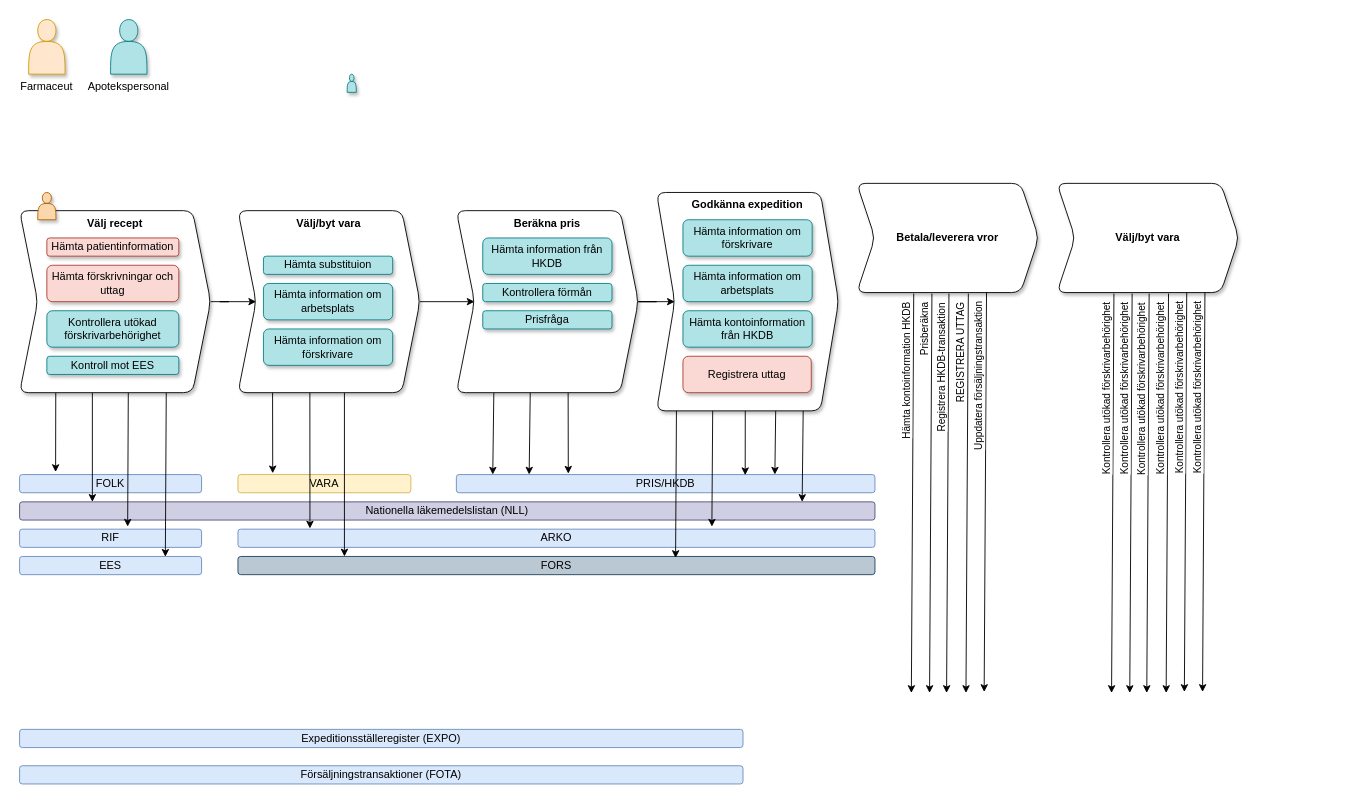
Earlier version of the draw.io diagram Untitled Diagram.drawio (martin-solberg/verksamhetsfloden). Source tidied: cells renumbered, new cells numbered last; positions are measured from the earlier drawing's top-left corner, leaving out a move shared by most shapes. Both pictures are drawn from the tidied source at 91%, with x=0, y=0 at pixel (19, 19).
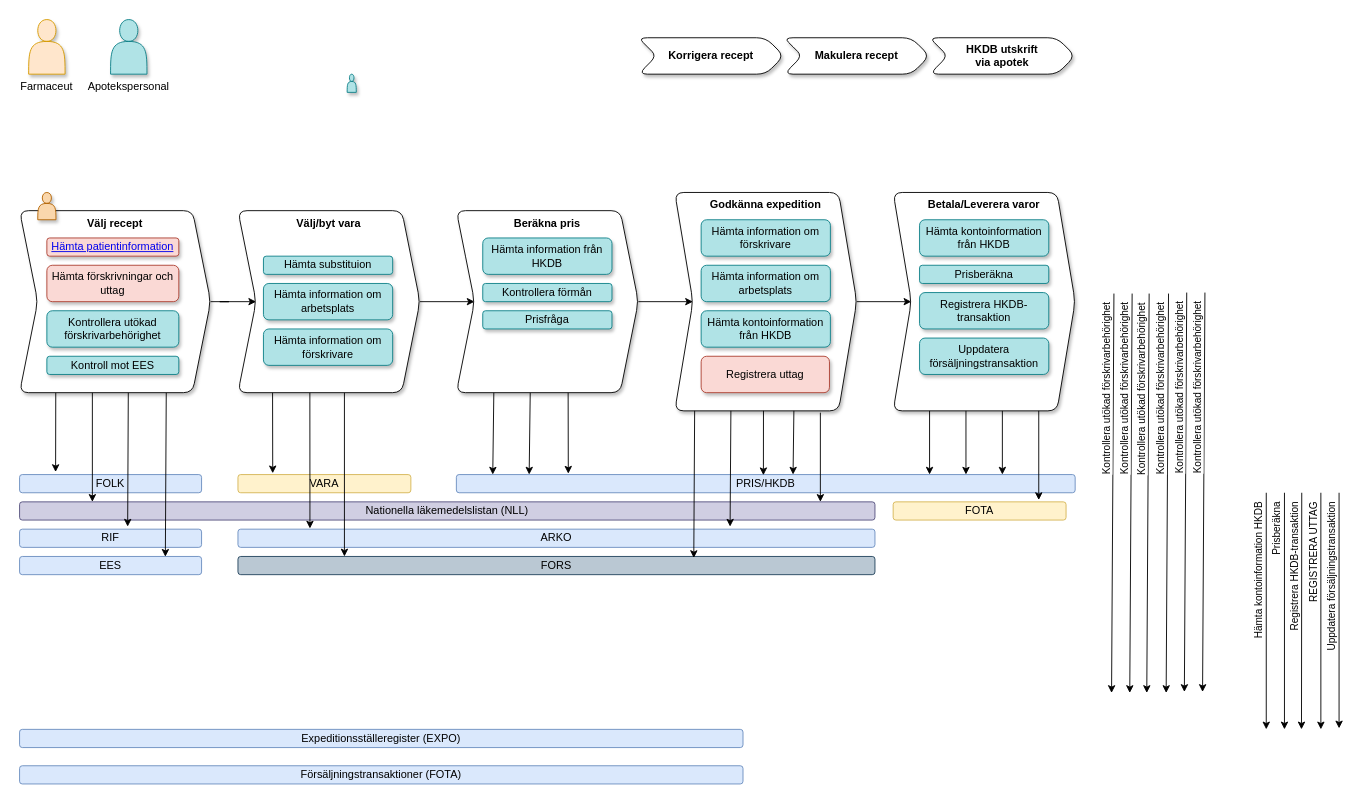
After the change.

Unchanged cells that the change refers to:
```xml
<mxCell id="3" value="FORS" style="whiteSpace=wrap;html=1;fillColor=#bac8d3;strokeColor=#23445d;rounded=1;" parent="1" vertex="1">
  <mxGeometry x="240" y="590" width="700" height="20" as="geometry" />
</mxCell>
<mxCell id="6" value="ARKO" style="whiteSpace=wrap;html=1;fillColor=#dae8fc;strokeColor=#6c8ebf;rounded=1;" parent="1" vertex="1">
  <mxGeometry x="240" y="560" width="700" height="20" as="geometry" />
</mxCell>
```

What changed in the source:
```diff
@@
     <mxCell id="8" value="PRIS/HKDB" style="whiteSpace=wrap;html=1;fillColor=#dae8fc;strokeColor=#6c8ebf;rounded=1;" parent="1" vertex="1">
-      <mxGeometry x="480" y="500" width="460" height="20" as="geometry" />
+      <mxGeometry x="480" y="500" width="680" height="20" as="geometry" />
     </mxCell>
@@
-    <mxCell id="23" style="endArrow=classic;html=1;exitX=0.5;exitY=1;exitDx=0;exitDy=0;entryX=0.687;entryY=0.084;entryDx=0;entryDy=0;entryPerimeter=0;" parent="1" edge="1" target="3">
+    <mxCell id="23" style="endArrow=classic;html=1;exitX=0.5;exitY=1;exitDx=0;exitDy=0;entryX=0.687;entryY=0.084;entryDx=0;entryDy=0;entryPerimeter=0;" parent="1" edge="1">
       <mxGeometry relative="1" as="geometry">
-        <mxPoint x="722.6" y="300" as="sourcePoint" />
+        <mxPoint x="742.6" y="300" as="sourcePoint" />
+        <mxPoint x="740.9" y="591.7" as="targetPoint" />
       </mxGeometry>
     </mxCell>
-    <mxCell id="24" style="endArrow=classic;html=1;exitX=0.5;exitY=1;exitDx=0;exitDy=0;entryX=0.744;entryY=-0.14;entryDx=0;entryDy=0;entryPerimeter=0;" parent="1" edge="1" target="6">
+    <mxCell id="24" style="endArrow=classic;html=1;exitX=0.5;exitY=1;exitDx=0;exitDy=0;entryX=0.744;entryY=-0.14;entryDx=0;entryDy=0;entryPerimeter=0;" parent="1" edge="1">
       <mxGeometry relative="1" as="geometry">
-        <mxPoint x="762.6" y="300" as="sourcePoint" />
+        <mxPoint x="782.6" y="300" as="sourcePoint" />
+        <mxPoint x="780.8" y="557.2" as="targetPoint" />
       </mxGeometry>
     </mxCell>
-    <mxCell id="25" style="endArrow=classic;html=1;exitX=0.5;exitY=1;exitDx=0;exitDy=0;entryX=0.69;entryY=0.033;entryDx=0;entryDy=0;entryPerimeter=0;" parent="1" edge="1" target="8">
+    <mxCell id="25" style="endArrow=classic;html=1;exitX=0.5;exitY=1;exitDx=0;exitDy=0;entryX=0.69;entryY=0.033;entryDx=0;entryDy=0;entryPerimeter=0;" parent="1" edge="1">
       <mxGeometry relative="1" as="geometry">
-        <mxPoint x="797.6" y="300" as="sourcePoint" />
+        <mxPoint x="817.6" y="300" as="sourcePoint" />
+        <mxPoint x="817.4" y="500.7" as="targetPoint" />
       </mxGeometry>
     </mxCell>
     <mxCell id="26" style="endArrow=classic;html=1;exitX=0.5;exitY=1;exitDx=0;exitDy=0;" parent="1" edge="1">
       <mxGeometry relative="1" as="geometry">
-        <mxPoint x="832.6" y="300" as="sourcePoint" />
-        <mxPoint x="830" y="500" as="targetPoint" />
+        <mxPoint x="852.6" y="300" as="sourcePoint" />
+        <mxPoint x="850" y="500" as="targetPoint" />
       </mxGeometry>
     </mxCell>
-    <mxCell id="27" style="endArrow=classic;html=1;exitX=0.5;exitY=1;exitDx=0;exitDy=0;" parent="1" edge="1">
+    <mxCell id="27" style="endArrow=classic;html=1;" parent="1" edge="1">
       <mxGeometry relative="1" as="geometry">
-        <mxPoint x="862.6" y="300" as="sourcePoint" />
-        <mxPoint x="860" y="530" as="targetPoint" />
+        <mxPoint x="880" y="432" as="sourcePoint" />
+        <mxPoint x="880" y="530" as="targetPoint" />
       </mxGeometry>
     </mxCell>
-    <mxCell id="28" value="Betala/leverera vror" style="shape=step;perimeter=stepPerimeter;whiteSpace=wrap;html=1;fixedSize=1;rounded=1;shadow=1;fontStyle=1;" parent="1" vertex="1">
-      <mxGeometry x="920" y="180" width="200" height="120" as="geometry" />
+    <mxCell id="28" value="Betala/Leverera varor" style="shape=step;perimeter=stepPerimeter;whiteSpace=wrap;html=1;fixedSize=1;rounded=1;shadow=1;fontStyle=1;verticalAlign=top;" parent="1" vertex="1">
+      <mxGeometry x="960" y="190" width="200" height="240" as="geometry" />
     </mxCell>
-    <mxCell id="29" style="endArrow=classic;html=1;exitX=0.5;exitY=1;exitDx=0;exitDy=0;entryX=0.477;entryY=-0.006;entryDx=0;entryDy=0;entryPerimeter=0;" parent="1" edge="1">
+    <mxCell id="29" style="endArrow=classic;html=1;entryX=0.477;entryY=-0.006;entryDx=0;entryDy=0;entryPerimeter=0;" parent="1" edge="1">
       <mxGeometry relative="1" as="geometry">
-        <mxPoint x="982.6" y="301.1" as="sourcePoint" />
-        <mxPoint x="980" y="740" as="targetPoint" />
+        <mxPoint x="1370" y="520" as="sourcePoint" />
+        <mxPoint x="1370" y="780" as="targetPoint" />
       </mxGeometry>
     </mxCell>
@@
-    <mxCell id="31" style="endArrow=classic;html=1;exitX=0.5;exitY=1;exitDx=0;exitDy=0;entryX=0.477;entryY=-0.006;entryDx=0;entryDy=0;entryPerimeter=0;" parent="1" edge="1">
+    <mxCell id="31" style="endArrow=classic;html=1;entryX=0.477;entryY=-0.006;entryDx=0;entryDy=0;entryPerimeter=0;" parent="1" edge="1">
       <mxGeometry relative="1" as="geometry">
-        <mxPoint x="1002.6" y="301.1" as="sourcePoint" />
-        <mxPoint x="1000" y="740" as="targetPoint" />
+        <mxPoint x="1390" y="520" as="sourcePoint" />
+        <mxPoint x="1390" y="780" as="targetPoint" />
       </mxGeometry>
     </mxCell>
@@
-    <mxCell id="33" style="endArrow=classic;html=1;exitX=0.5;exitY=1;exitDx=0;exitDy=0;entryX=0.477;entryY=-0.006;entryDx=0;entryDy=0;entryPerimeter=0;" parent="1" edge="1">
+    <mxCell id="33" style="endArrow=classic;html=1;entryX=0.477;entryY=-0.006;entryDx=0;entryDy=0;entryPerimeter=0;" parent="1" edge="1">
       <mxGeometry relative="1" as="geometry">
-        <mxPoint x="1021.3" y="301.1" as="sourcePoint" />
-        <mxPoint x="1018.7" y="740" as="targetPoint" />
+        <mxPoint x="1409" y="520" as="sourcePoint" />
+        <mxPoint x="1408.7" y="780" as="targetPoint" />
       </mxGeometry>
     </mxCell>
@@
-    <mxCell id="35" style="endArrow=classic;html=1;exitX=0.5;exitY=1;exitDx=0;exitDy=0;entryX=0.477;entryY=-0.006;entryDx=0;entryDy=0;entryPerimeter=0;" parent="1" edge="1">
+    <mxCell id="35" style="endArrow=classic;html=1;entryX=0.477;entryY=-0.006;entryDx=0;entryDy=0;entryPerimeter=0;" parent="1" edge="1">
       <mxGeometry relative="1" as="geometry">
-        <mxPoint x="1042.6" y="301.1" as="sourcePoint" />
-        <mxPoint x="1040" y="740" as="targetPoint" />
+        <mxPoint x="1430" y="520" as="sourcePoint" />
+        <mxPoint x="1430" y="780" as="targetPoint" />
       </mxGeometry>
     </mxCell>
@@
-    <mxCell id="37" style="endArrow=classic;html=1;exitX=0.5;exitY=1;exitDx=0;exitDy=0;entryX=0.477;entryY=-0.006;entryDx=0;entryDy=0;entryPerimeter=0;" parent="1" edge="1">
+    <mxCell id="37" style="endArrow=classic;html=1;entryX=0.477;entryY=-0.006;entryDx=0;entryDy=0;entryPerimeter=0;" parent="1" edge="1">
       <mxGeometry relative="1" as="geometry">
-        <mxPoint x="1062.6" y="300" as="sourcePoint" />
-        <mxPoint x="1060" y="738.9" as="targetPoint" />
+        <mxPoint x="1450" y="520" as="sourcePoint" />
+        <mxPoint x="1450" y="778.9" as="targetPoint" />
       </mxGeometry>
     </mxCell>
@@
-    <mxCell id="39" value="Välj/byt vara" style="shape=step;perimeter=stepPerimeter;whiteSpace=wrap;html=1;fixedSize=1;rounded=1;shadow=1;fontStyle=1;" parent="1" vertex="1">
-      <mxGeometry x="1140" y="180" width="200" height="120" as="geometry" />
+    <mxCell id="39" value="Korrigera recept" style="shape=step;perimeter=stepPerimeter;whiteSpace=wrap;html=1;fixedSize=1;rounded=1;shadow=1;fontStyle=1;" parent="1" vertex="1">
+      <mxGeometry x="680" y="20" width="160" height="40" as="geometry" />
     </mxCell>
@@
-    <mxCell id="56" value="Hämta patientinformation" style="rounded=1;whiteSpace=wrap;html=1;shadow=1;fontSize=12;fillColor=#fad9d5;strokeColor=#ae4132;" parent="1" vertex="1">
+    <mxCell id="56" value="&lt;a href=&quot;data:page/id,Y8RW_nMM7FUyLUE6UGEh&quot;&gt;Hämta patientinformation&lt;/a&gt;" style="rounded=1;whiteSpace=wrap;html=1;shadow=1;fontSize=12;fillColor=#fad9d5;strokeColor=#ae4132;" parent="1" vertex="1">
       <mxGeometry x="30" y="240" width="145" height="20" as="geometry" />
     </mxCell>
@@
+    <mxCell id="76" style="edgeStyle=orthogonalEdgeStyle;rounded=0;sketch=0;jettySize=auto;html=1;exitX=1;exitY=0.5;exitDx=0;exitDy=0;entryX=0;entryY=0.5;entryDx=0;entryDy=0;endArrow=classic;endFill=1;strokeColor=#000000;fontSize=12;align=center;" parent="1" edge="1" source="71" target="28">
+      <mxGeometry relative="1" as="geometry" />
+    </mxCell>
     <mxCell id="71" value="Godkänna expedition" style="shape=step;perimeter=stepPerimeter;whiteSpace=wrap;html=1;fixedSize=1;rounded=1;shadow=1;fontStyle=1;verticalAlign=top;" parent="1" vertex="1">
-      <mxGeometry x="700" y="190" width="200" height="240" as="geometry" />
+      <mxGeometry x="720" y="190" width="200" height="240" as="geometry" />
     </mxCell>
     <mxCell id="72" value="Hämta information om förskrivare" style="rounded=1;whiteSpace=wrap;html=1;shadow=1;fillColor=#b0e3e6;strokeColor=#0e8088;" parent="1" vertex="1">
-      <mxGeometry x="729" y="220" width="142" height="40" as="geometry" />
+      <mxGeometry x="749" y="220" width="142" height="40" as="geometry" />
     </mxCell>
     <mxCell id="73" value="Hämta information om arbetsplats" style="rounded=1;whiteSpace=wrap;html=1;shadow=1;fillColor=#b0e3e6;strokeColor=#0e8088;" parent="1" vertex="1">
-      <mxGeometry x="729" y="270" width="142" height="40" as="geometry" />
+      <mxGeometry x="749" y="270" width="142" height="40" as="geometry" />
     </mxCell>
     <mxCell id="74" value="Hämta kontoinformation från HKDB" style="rounded=1;whiteSpace=wrap;html=1;shadow=1;fillColor=#b0e3e6;strokeColor=#0e8088;" parent="1" vertex="1">
-      <mxGeometry x="729" y="320" width="142" height="40" as="geometry" />
+      <mxGeometry x="749" y="320" width="142" height="40" as="geometry" />
     </mxCell>
     <mxCell id="75" value="Registrera uttag" style="rounded=1;whiteSpace=wrap;html=1;shadow=1;fontSize=12;fillColor=#fad9d5;strokeColor=#ae4132;" parent="1" vertex="1">
-      <mxGeometry x="729" y="370" width="141" height="40" as="geometry" />
+      <mxGeometry x="749" y="370" width="141" height="40" as="geometry" />
     </mxCell>
+    <mxCell id="77" value="Hämta kontoinformation från HKDB" style="rounded=1;whiteSpace=wrap;html=1;shadow=1;fillColor=#b0e3e6;strokeColor=#0e8088;" parent="1" vertex="1">
+      <mxGeometry x="989" y="220" width="142" height="40" as="geometry" />
+    </mxCell>
+    <mxCell id="78" value="Prisberäkna" style="rounded=1;whiteSpace=wrap;html=1;shadow=1;fillColor=#b0e3e6;strokeColor=#0e8088;" parent="1" vertex="1">
+      <mxGeometry x="989" y="270" width="142" height="20" as="geometry" />
+    </mxCell>
+    <mxCell id="79" value="Registrera HKDB-transaktion" style="rounded=1;whiteSpace=wrap;html=1;shadow=1;fillColor=#b0e3e6;strokeColor=#0e8088;" parent="1" vertex="1">
+      <mxGeometry x="989" y="300" width="142" height="40" as="geometry" />
+    </mxCell>
+    <mxCell id="80" value="Uppdatera försäljningstransaktion" style="rounded=1;whiteSpace=wrap;html=1;shadow=1;fillColor=#b0e3e6;strokeColor=#0e8088;" parent="1" vertex="1">
+      <mxGeometry x="989" y="350" width="142" height="40" as="geometry" />
+    </mxCell>
+    <mxCell id="81" style="endArrow=classic;html=1;" parent="1" edge="1">
+      <mxGeometry relative="1" as="geometry">
+        <mxPoint x="1000" y="430" as="sourcePoint" />
+        <mxPoint x="1000" y="500" as="targetPoint" />
+      </mxGeometry>
+    </mxCell>
+    <mxCell id="82" style="endArrow=classic;html=1;" parent="1" edge="1">
+      <mxGeometry relative="1" as="geometry">
+        <mxPoint x="1040" y="430" as="sourcePoint" />
+        <mxPoint x="1040" y="500" as="targetPoint" />
+      </mxGeometry>
+    </mxCell>
+    <mxCell id="83" style="endArrow=classic;html=1;" parent="1" edge="1">
+      <mxGeometry relative="1" as="geometry">
+        <mxPoint x="1080" y="430" as="sourcePoint" />
+        <mxPoint x="1080" y="500" as="targetPoint" />
+      </mxGeometry>
+    </mxCell>
+    <mxCell id="84" value="FOTA" style="whiteSpace=wrap;html=1;fillColor=#fff2cc;strokeColor=#d6b656;rounded=1;" parent="1" vertex="1">
+      <mxGeometry x="960" y="530" width="190" height="20" as="geometry" />
+    </mxCell>
+    <mxCell id="85" style="endArrow=classic;html=1;" parent="1" edge="1">
+      <mxGeometry relative="1" as="geometry">
+        <mxPoint x="1120" y="430" as="sourcePoint" />
+        <mxPoint x="1120" y="528" as="targetPoint" />
+      </mxGeometry>
+    </mxCell>
+    <mxCell id="86" value="Makulera recept" style="shape=step;perimeter=stepPerimeter;whiteSpace=wrap;html=1;fixedSize=1;rounded=1;shadow=1;fontStyle=1;" parent="1" vertex="1">
+      <mxGeometry x="840" y="20" width="160" height="40" as="geometry" />
+    </mxCell>
+    <mxCell id="87" value="&lt;div&gt;HKDB utskrift&lt;/div&gt;&lt;div&gt; via apotek&lt;/div&gt;" style="shape=step;perimeter=stepPerimeter;whiteSpace=wrap;html=1;fixedSize=1;rounded=1;shadow=1;fontStyle=1;" parent="1" vertex="1">
+      <mxGeometry x="1000" y="20" width="160" height="40" as="geometry" />
+    </mxCell>
```
